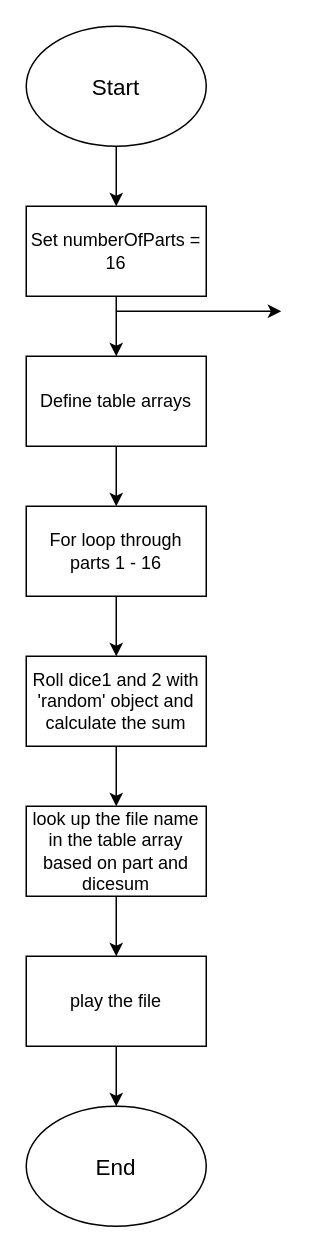
Oskarbayy/SkoleOpgaver keeps this draw.io diagram as Mozarts Flowchart.drawio. Above is the earlier version. Source tidied: cells renumbered, new cells numbered last; positions are measured from the earlier drawing's top-left corner, leaving out a move shared by most shapes. Both pictures are drawn from the tidied source at 150%, with x=0, y=0 at pixel (26, 26).
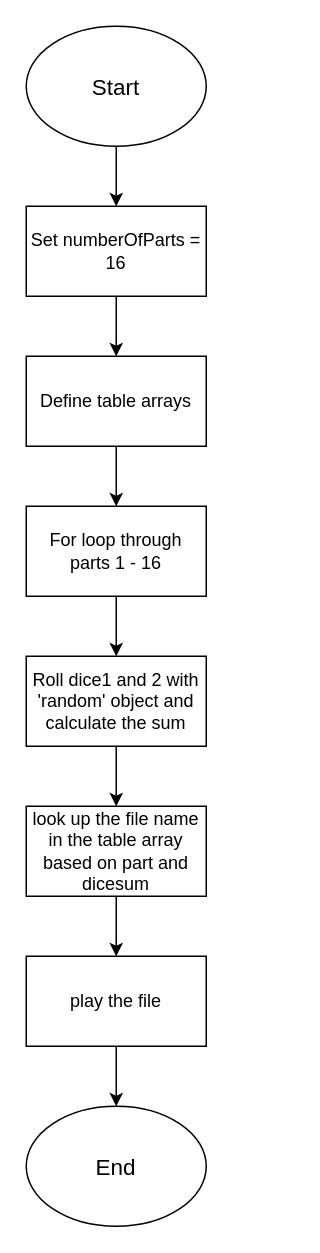
The same page after the edit.

Change to the diagram source:
```diff
@@
 <mxGraphModel>
   <root>
     <mxCell id="0" />
     <mxCell id="1" parent="0" />
     <mxCell id="2" value="&lt;font style=&quot;font-size: 15px;&quot;&gt;Start&lt;/font&gt;" style="ellipse;whiteSpace=wrap;html=1;" parent="1" vertex="1">
       <mxGeometry width="120" height="80" as="geometry" />
     </mxCell>
     <mxCell id="3" style="endArrow=classic;html=1;rounded=0;entryX=0.5;entryY=0;entryDx=0;entryDy=0;exitX=0.5;exitY=1;exitDx=0;exitDy=0;" parent="1" edge="1" source="2" target="6">
       <mxGeometry relative="1" as="geometry" />
     </mxCell>
-    <mxCell id="4" style="endArrow=classic;html=1;rounded=0;entryX=0.5;entryY=0;entryDx=0;entryDy=0;exitX=0.5;exitY=1;exitDx=0;exitDy=0;" parent="1" edge="1">
-      <mxGeometry relative="1" as="geometry">
-        <mxPoint x="60" y="190" as="sourcePoint" />
-        <mxPoint x="170" y="190" as="targetPoint" />
-      </mxGeometry>
-    </mxCell>
     <mxCell id="5" style="edgeStyle=orthogonalEdgeStyle;rounded=0;jettySize=auto;html=1;" parent="1" edge="1" source="6" target="8">
       <mxGeometry relative="1" as="geometry" />
     </mxCell>
     <mxCell id="6" value="Set numberOfParts = 16" style="rounded=0;whiteSpace=wrap;html=1;" parent="1" vertex="1">
       <mxGeometry y="120" width="120" height="60" as="geometry" />
     </mxCell>
     <mxCell id="7" style="edgeStyle=orthogonalEdgeStyle;rounded=0;jettySize=auto;html=1;" parent="1" edge="1" source="8" target="10">
       <mxGeometry relative="1" as="geometry" />
     </mxCell>
     <mxCell id="8" value="Define table arrays" style="rounded=0;whiteSpace=wrap;html=1;" parent="1" vertex="1">
       <mxGeometry y="220" width="120" height="60" as="geometry" />
     </mxCell>
     <mxCell id="9" style="edgeStyle=orthogonalEdgeStyle;rounded=0;jettySize=auto;html=1;" parent="1" edge="1" source="10" target="12">
       <mxGeometry relative="1" as="geometry" />
     </mxCell>
     <mxCell id="10" value="For loop through parts 1 - 16" style="rounded=0;whiteSpace=wrap;html=1;" parent="1" vertex="1">
       <mxGeometry y="320" width="120" height="60" as="geometry" />
     </mxCell>
     <mxCell id="11" style="edgeStyle=orthogonalEdgeStyle;rounded=0;jettySize=auto;html=1;" parent="1" edge="1" source="12" target="14">
       <mxGeometry relative="1" as="geometry" />
     </mxCell>
     <mxCell id="12" value="Roll dice1 and 2 with 'random' object and calculate the sum" style="rounded=0;whiteSpace=wrap;html=1;" parent="1" vertex="1">
       <mxGeometry y="420" width="120" height="60" as="geometry" />
     </mxCell>
     <mxCell id="13" style="edgeStyle=orthogonalEdgeStyle;rounded=0;jettySize=auto;html=1;entryX=0.5;entryY=0;entryDx=0;entryDy=0;" parent="1" edge="1" source="14" target="16">
       <mxGeometry relative="1" as="geometry" />
     </mxCell>
     <mxCell id="14" value="look up the file name in the table array based on part and dicesum" style="rounded=0;whiteSpace=wrap;html=1;" parent="1" vertex="1">
       <mxGeometry y="520" width="120" height="60" as="geometry" />
     </mxCell>
     <mxCell id="15" style="edgeStyle=orthogonalEdgeStyle;rounded=0;jettySize=auto;html=1;entryX=0.5;entryY=0;entryDx=0;entryDy=0;" parent="1" edge="1" source="16" target="17">
       <mxGeometry relative="1" as="geometry" />
     </mxCell>
     <mxCell id="16" value="play the file" style="rounded=0;whiteSpace=wrap;html=1;" parent="1" vertex="1">
       <mxGeometry y="620" width="120" height="60" as="geometry" />
     </mxCell>
     <mxCell id="17" value="&lt;font style=&quot;font-size: 15px;&quot;&gt;End&lt;/font&gt;" style="ellipse;whiteSpace=wrap;html=1;" parent="1" vertex="1">
       <mxGeometry y="720" width="120" height="80" as="geometry" />
     </mxCell>
   </root>
 </mxGraphModel>
```
